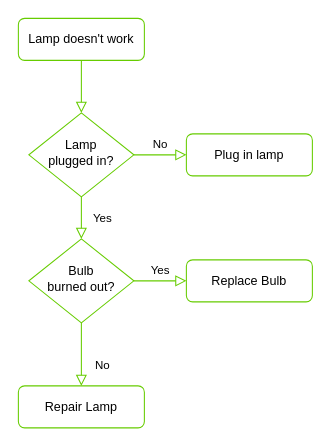
Above: test.drawio in chaaladhif/les-petits-plats-new (draw.io), before the change. Source tidied: cells renumbered, new cells numbered last; positions are measured from the earlier drawing's top-left corner, leaving out a move shared by most shapes. Both pictures are drawn from the tidied source at 105%, with x=0, y=0 at pixel (18, 18).
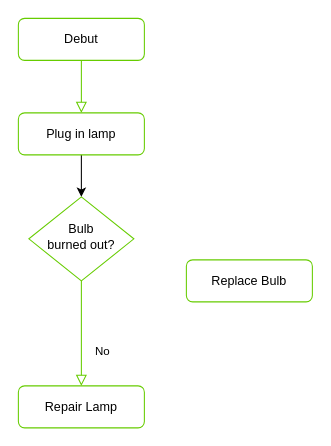
The same diagram, later.

Diff of the diagram source:
```diff
@@
 <mxGraphModel>
   <root>
     <mxCell id="0" />
     <mxCell id="1" parent="0" />
-    <mxCell id="2" style="rounded=0;html=1;jettySize=auto;fontSize=11;endArrow=block;endFill=0;endSize=8;strokeWidth=1;shadow=0;labelBackgroundColor=none;edgeStyle=orthogonalEdgeStyle;strokeColor=#66CC00;" parent="1" edge="1" source="12" target="3">
-      <mxGeometry relative="1" as="geometry" />
+    <mxCell id="2" style="rounded=0;html=1;jettySize=auto;fontSize=11;endArrow=block;endFill=0;endSize=8;strokeWidth=1;shadow=0;labelBackgroundColor=none;edgeStyle=orthogonalEdgeStyle;strokeColor=#66CC00;" parent="1" edge="1" source="12">
+      <mxGeometry relative="1" as="geometry">
+        <mxPoint x="60" y="90" as="targetPoint" />
+      </mxGeometry>
     </mxCell>
-    <mxCell id="3" value="Lamp&lt;br&gt;plugged in?" style="rhombus;whiteSpace=wrap;html=1;shadow=0;fontFamily=Helvetica;fontSize=12;align=center;strokeWidth=1;spacing=6;spacingTop=-4;strokeColor=#66CC00;" parent="1" vertex="1">
-      <mxGeometry x="10" y="90" width="100" height="80" as="geometry" />
-    </mxCell>
-    <mxCell id="4" value="Yes" style="rounded=0;html=1;jettySize=auto;fontSize=11;endArrow=block;endFill=0;endSize=8;strokeWidth=1;shadow=0;labelBackgroundColor=none;edgeStyle=orthogonalEdgeStyle;strokeColor=#66CC00;" parent="1" edge="1" source="3" target="10">
-      <mxGeometry y="20" relative="1" as="geometry" />
-    </mxCell>
-    <mxCell id="5" value="No" style="edgeStyle=orthogonalEdgeStyle;rounded=0;html=1;jettySize=auto;fontSize=11;endArrow=block;endFill=0;endSize=8;strokeWidth=1;shadow=0;labelBackgroundColor=none;strokeColor=#66CC00;" parent="1" edge="1" source="3" target="8">
-      <mxGeometry y="10" relative="1" as="geometry" />
-    </mxCell>
-    <mxCell id="6" value="Yes" style="edgeStyle=orthogonalEdgeStyle;rounded=0;html=1;jettySize=auto;fontSize=11;endArrow=block;endFill=0;endSize=8;strokeWidth=1;shadow=0;labelBackgroundColor=none;strokeColor=#66CC00;" parent="1" edge="1" source="10" target="7">
-      <mxGeometry y="10" relative="1" as="geometry" />
-    </mxCell>
     <mxCell id="7" value="Replace Bulb" style="rounded=1;whiteSpace=wrap;html=1;fontSize=12;glass=0;strokeWidth=1;shadow=0;strokeColor=#66CC00;" parent="1" vertex="1">
       <mxGeometry x="160" y="230" width="120" height="40" as="geometry" />
     </mxCell>
-    <mxCell id="8" value="Plug in lamp" style="rounded=1;whiteSpace=wrap;html=1;fontSize=12;glass=0;strokeWidth=1;shadow=0;strokeColor=#66CC00;" parent="1" vertex="1">
-      <mxGeometry x="160" y="110" width="120" height="40" as="geometry" />
-    </mxCell>
     <mxCell id="9" value="No" style="rounded=0;html=1;jettySize=auto;fontSize=11;endArrow=block;endFill=0;endSize=8;strokeWidth=1;shadow=0;labelBackgroundColor=none;edgeStyle=orthogonalEdgeStyle;strokeColor=#66CC00;" parent="1" edge="1" source="10" target="11">
       <mxGeometry x="0.33" y="20" relative="1" as="geometry" />
     </mxCell>
     <mxCell id="10" value="Bulb&lt;br&gt;burned out?" style="rhombus;whiteSpace=wrap;html=1;shadow=0;fontFamily=Helvetica;fontSize=12;align=center;strokeWidth=1;spacing=6;spacingTop=-4;strokeColor=#66CC00;" parent="1" vertex="1">
-      <mxGeometry x="10" y="210" width="100" height="80" as="geometry" />
+      <mxGeometry x="10" y="170" width="100" height="80" as="geometry" />
     </mxCell>
     <mxCell id="11" value="Repair Lamp" style="rounded=1;whiteSpace=wrap;html=1;fontSize=12;glass=0;strokeWidth=1;shadow=0;strokeColor=#66CC00;" parent="1" vertex="1">
       <mxGeometry y="350" width="120" height="40" as="geometry" />
     </mxCell>
-    <mxCell id="12" value="Lamp doesn't work" style="rounded=1;whiteSpace=wrap;html=1;fontSize=12;glass=0;strokeWidth=1;shadow=0;strokeColor=#66CC00;" parent="1" vertex="1">
+    <mxCell id="12" value="Debut" style="rounded=1;whiteSpace=wrap;html=1;fontSize=12;glass=0;strokeWidth=1;shadow=0;strokeColor=#66CC00;" parent="1" vertex="1">
       <mxGeometry width="120" height="40" as="geometry" />
     </mxCell>
+    <mxCell id="13" style="edgeStyle=none;html=1;" parent="1" edge="1" source="8" target="10">
+      <mxGeometry relative="1" as="geometry" />
+    </mxCell>
+    <mxCell id="8" value="Plug in lamp" style="rounded=1;whiteSpace=wrap;html=1;fontSize=12;glass=0;strokeWidth=1;shadow=0;strokeColor=#66CC00;" parent="1" vertex="1">
+      <mxGeometry y="90" width="120" height="40" as="geometry" />
+    </mxCell>
   </root>
 </mxGraphModel>
```
